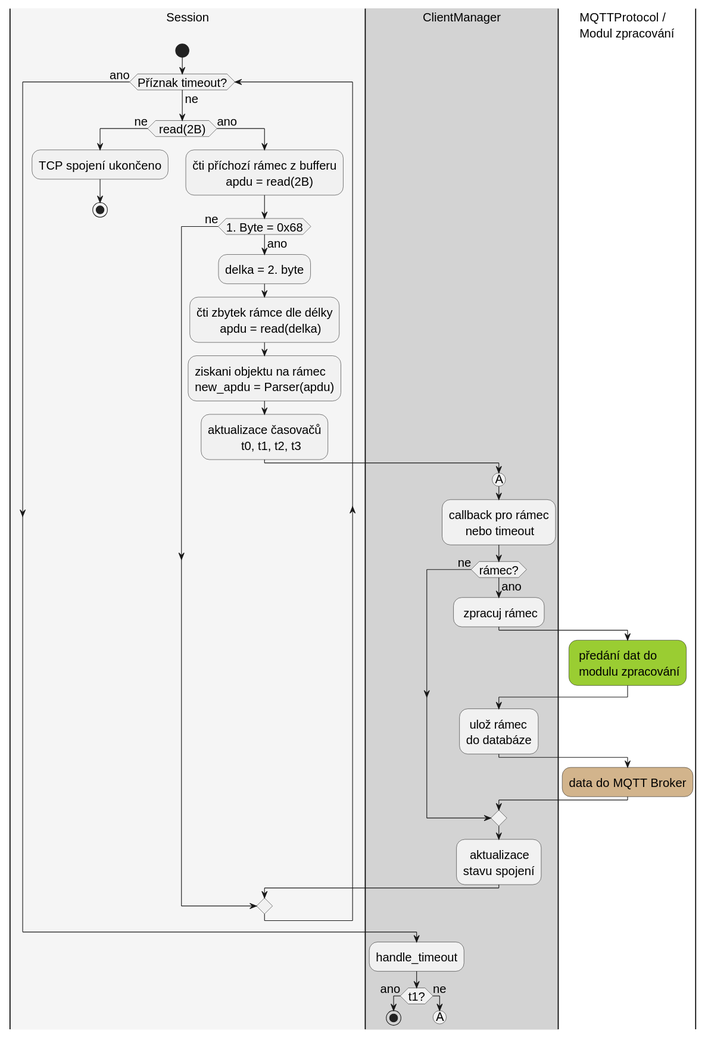
The PlantUML diagram IEC104_SERVER/IEC104_v7/diagramy/dataflow.svg in SlavekRylich/IEC104, before a commit.
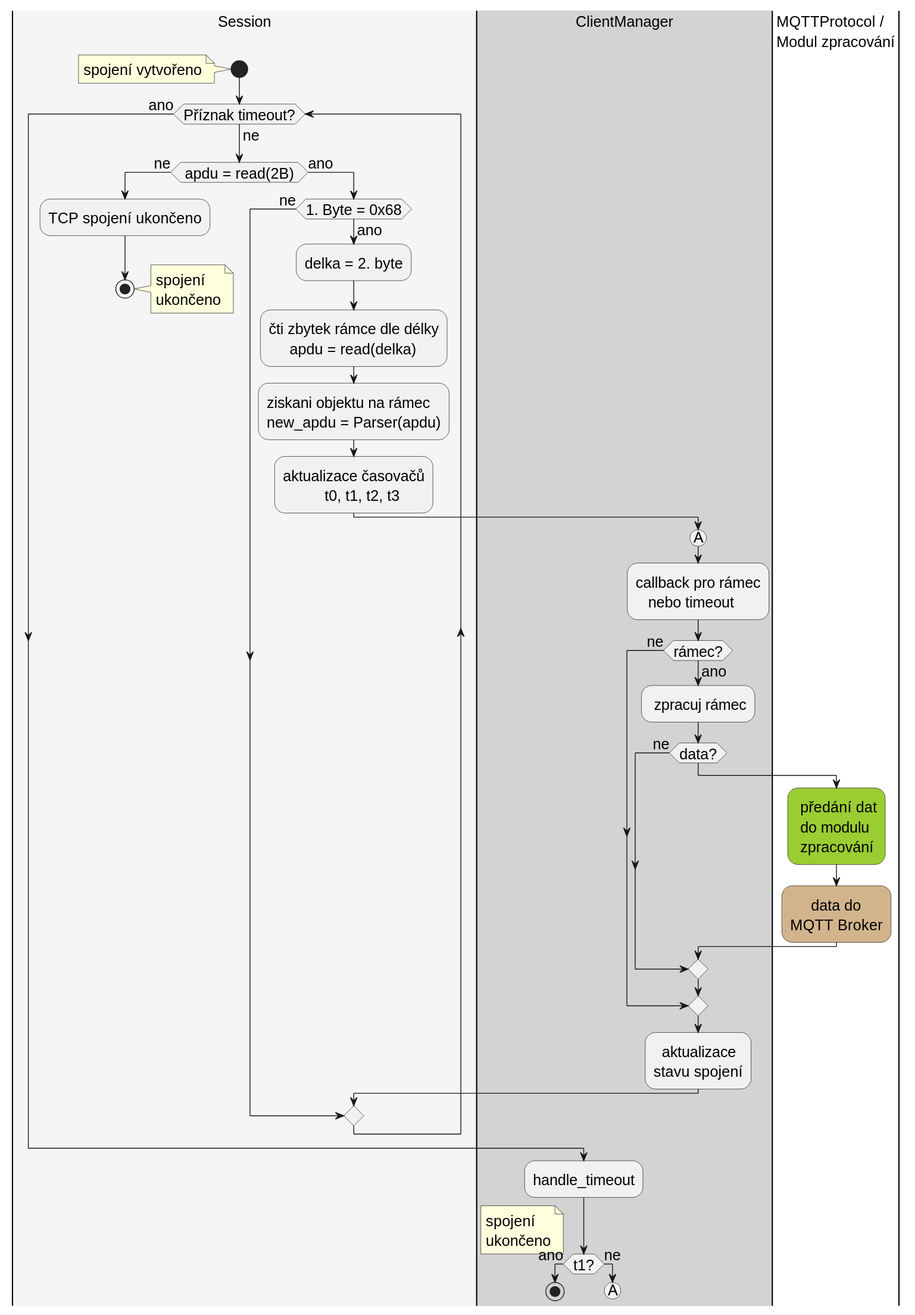
The same diagram one commit later.

Diff of the diagram source:
```diff
@@ -3,34 +3,36 @@
 
 |#whitesmoke|Session|
 start
+note: spojení vytvořeno
 while (Příznak timeout?) is (ne)
-    if ( read(2B) )  is (ne) then
+    if ( apdu = read(2B) )  is (ne) then
         :TCP spojení ukončeno;
         stop
+        note right: spojení\nukončeno
     else (ano)
-        |#whitesmoke|Session|
-        :čti příchozí rámec z bufferu\n          apdu = read(2B);
-
         if (1. Byte = 0x68) is (ne) then
         else (ano)
             :delka = 2. byte;
-            :čti zbytek rámce dle délky\n       apdu = read(delka);
+            :čti zbytek rámce dle délky\n     apdu = read(delka);
             :ziskani objektu na rámec\nnew_apdu = Parser(apdu);
             :aktualizace časovačů\n          t0, t1, t2, t3;
 
 
             |#lightgray|ClientManager|
             (A)
-            :callback pro rámec\n     nebo timeout;
+            :callback pro rámec\n   nebo timeout;
             if (rámec?) is (ano) then
                 : zpracuj rámec;
 
-                |MQTTProtocol /\nModul zpracování|
-                #yellowgreen: předání dat do\n modulu zpracování;
-                |#lightgray|ClientManager|
-                : ulož rámec \ndo databáze;
-                |MQTTProtocol /\nModul zpracování|
-                #tan:data do MQTT Broker;
+                if (data?) is ( ) then
+                    |MQTTProtocol /\nModul zpracování|
+                    #yellowgreen: předání dat\n do modulu\n zpracování;
+
+                    #tan:     data do \nMQTT Broker;
+                else (ne)
+                    |#lightgray|ClientManager|
+                endif
+
             else (ne)
             endif
                 |#lightgray|ClientManager|
@@ -40,9 +42,12 @@
 endwhile (ano)
 :handle_timeout;
 if (t1?) is (ano) then
-         stop
-         else (ne)
-         (A)
-         detach
-        endif
+    |#lightgray|ClientManager|
+    note left: spojení\nukončeno
+    stop
+
+else (ne)
+    (A)
+    detach
+endif
 @enduml
```
